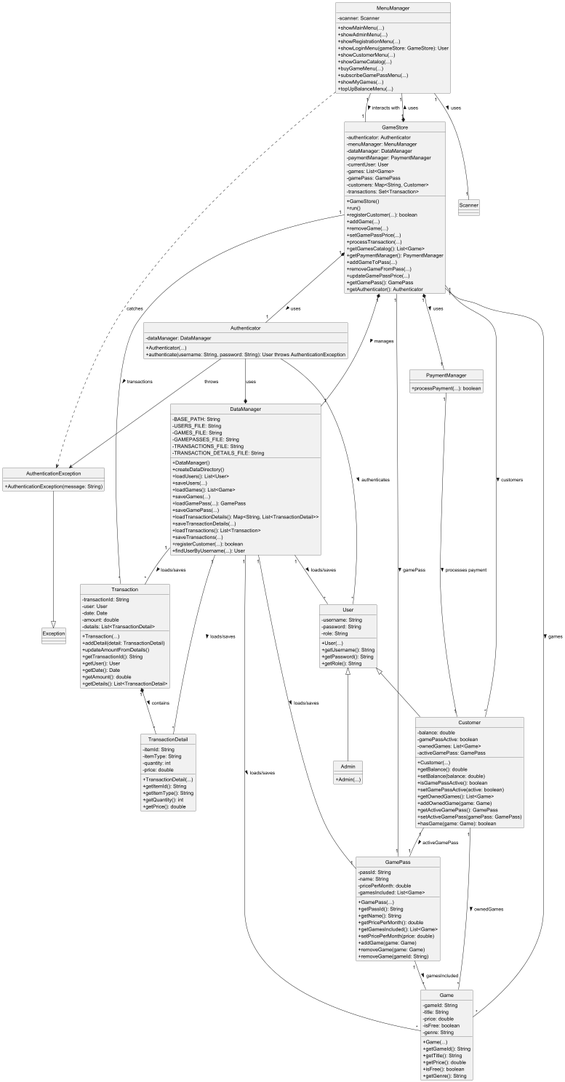
The PlantUML diagram assets/ClassDiagram.png in Sancaaa/GameStore, before a commit.
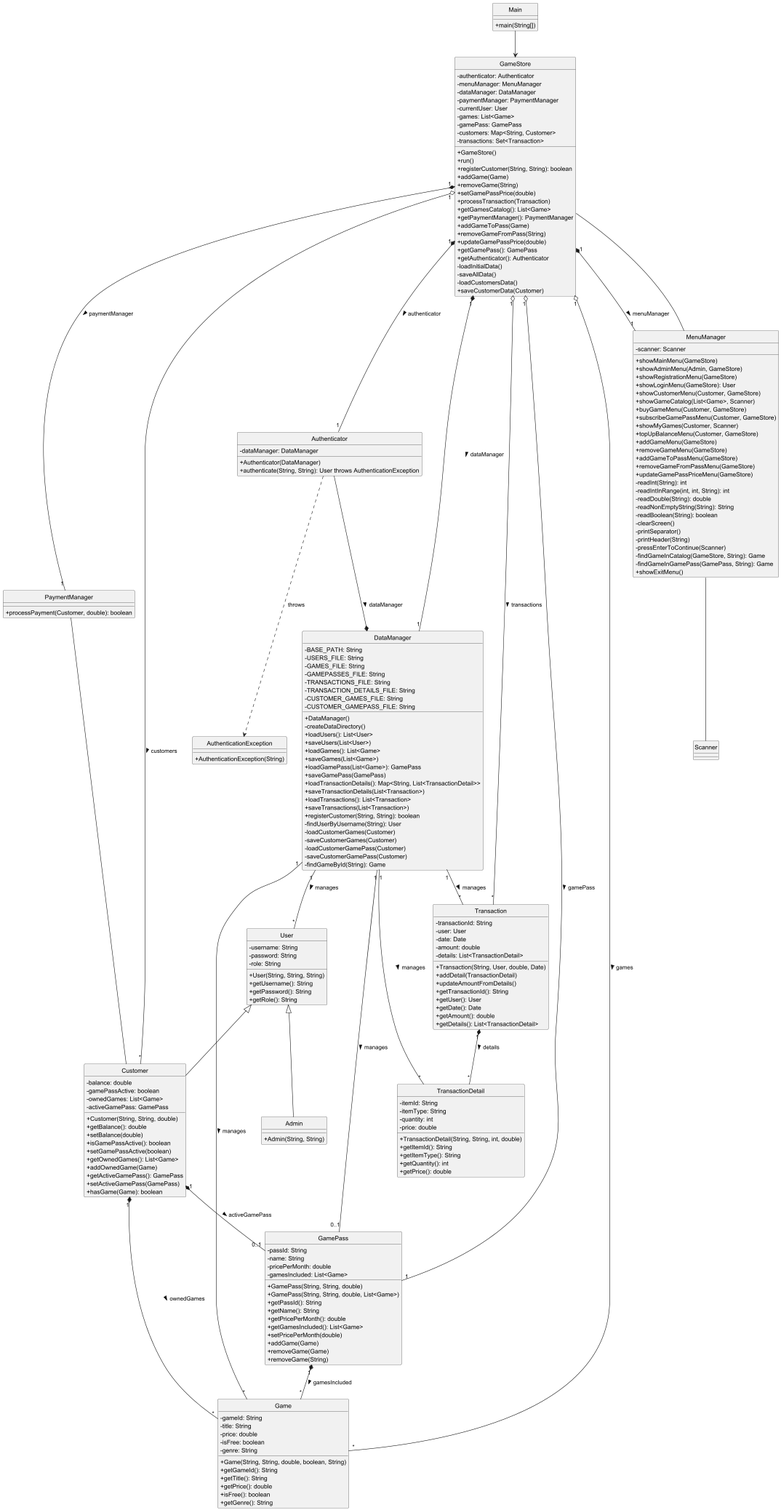
Later version of the same file.

Diff of the diagram source:
```diff
@@ -2,7 +2,6 @@
 
 skinparam classAttributeIconSize 0
 hide circle
-
 
 
 class Game {
@@ -11,7 +10,7 @@
     - price: double
     - isFree: boolean
     - genre: String
-    + Game(...)
+    + Game(String, String, double, boolean, String)
     + getGameId(): String
     + getTitle(): String
     + getPrice(): double
@@ -23,7 +22,7 @@
     - username: String
     - password: String
     - role: String
-    + User(...)
+    + User(String, String, String)
     + getUsername(): String
     + getPassword(): String
     + getRole(): String
@@ -34,20 +33,20 @@
     - gamePassActive: boolean
     - ownedGames: List<Game>
     - activeGamePass: GamePass
-    + Customer(...)
+    + Customer(String, String, double)
     + getBalance(): double
-    + setBalance(balance: double)
+    + setBalance(double)
     + isGamePassActive(): boolean
-    + setGamePassActive(active: boolean)
+    + setGamePassActive(boolean)
     + getOwnedGames(): List<Game>
-    + addOwnedGame(game: Game)
+    + addOwnedGame(Game)
     + getActiveGamePass(): GamePass
-    + setActiveGamePass(gamePass: GamePass)
-    + hasGame(game: Game): boolean
+    + setActiveGamePass(GamePass)
+    + hasGame(Game): boolean
 }
 
 class Admin {
-    + Admin(...)
+    + Admin(String, String)
 }
 
 class GamePass {
@@ -55,15 +54,16 @@
     - name: String
     - pricePerMonth: double
     - gamesIncluded: List<Game>
-    + GamePass(...)
+    + GamePass(String, String, double)
+    + GamePass(String, String, double, List<Game>)
     + getPassId(): String
     + getName(): String
     + getPricePerMonth(): double
     + getGamesIncluded(): List<Game>
-    + setPricePerMonth(price: double)
-    + addGame(game: Game)
-    + removeGame(game: Game)
-    + removeGame(gameId: String)
+    + setPricePerMonth(double)
+    + addGame(Game)
+    + removeGame(Game)
+    + removeGame(String)
 }
 
 class Transaction {
@@ -72,8 +72,8 @@
     - date: Date
     - amount: double
     - details: List<TransactionDetail>
-    + Transaction(...)
-    + addDetail(detail: TransactionDetail)
+    + Transaction(String, User, double, Date)
+    + addDetail(TransactionDetail)
     + updateAmountFromDetails()
     + getTransactionId(): String
     + getUser(): User
@@ -87,7 +87,7 @@
     - itemType: String
     - quantity: int
     - price: double
-    + TransactionDetail(...)
+    + TransactionDetail(String, String, int, double)
     + getItemId(): String
     + getItemType(): String
     + getQuantity(): int
@@ -96,26 +96,43 @@
 
 class Authenticator {
     - dataManager: DataManager
-    + Authenticator(...)
-    + authenticate(username: String, password: String): User throws AuthenticationException
+    + Authenticator(DataManager)
+    + authenticate(String, String): User throws AuthenticationException
 }
 
 class AuthenticationException {
-    + AuthenticationException(message: String)
+    + AuthenticationException(String)
 }
 
 class MenuManager {
     - scanner: Scanner
-    + showMainMenu(...)
-    + showAdminMenu(...)
-    + showRegistrationMenu(...)
-    + showLoginMenu(gameStore: GameStore): User
-    + showCustomerMenu(...)
-    + showGameCatalog(...)
-    + buyGameMenu(...)
-    + subscribeGamePassMenu(...)
-    + showMyGames(...)
-    + topUpBalanceMenu(...)
+    + showMainMenu(GameStore)
+    + showAdminMenu(Admin, GameStore)
+    + showRegistrationMenu(GameStore)
+    + showLoginMenu(GameStore): User
+    + showCustomerMenu(Customer, GameStore)
+    + showGameCatalog(List<Game>, Scanner)
+    + buyGameMenu(Customer, GameStore)
+    + subscribeGamePassMenu(Customer, GameStore)
+    + showMyGames(Customer, Scanner)
+    + topUpBalanceMenu(Customer, GameStore)
+    + addGameMenu(GameStore)
+    + removeGameMenu(GameStore)
+    + addGameToPassMenu(GameStore)
+    + removeGameFromPassMenu(GameStore)
+    + updateGamePassPriceMenu(GameStore)
+    - readInt(String): int
+    - readIntInRange(int, int, String): int
+    - readDouble(String): double
+    - readNonEmptyString(String): String
+    - readBoolean(String): boolean
+    - clearScreen()
+    - printSeparator()
+    - printHeader(String)
+    - pressEnterToContinue(Scanner)
+    - findGameInCatalog(GameStore, String): Game
+    - findGameInGamePass(GamePass, String): Game
+    + showExitMenu()
 }
 
 class DataManager {
@@ -125,20 +142,27 @@
     - GAMEPASSES_FILE: String
     - TRANSACTIONS_FILE: String
     - TRANSACTION_DETAILS_FILE: String
+    - CUSTOMER_GAMES_FILE: String
+    - CUSTOMER_GAMEPASS_FILE: String
     + DataManager()
-    + createDataDirectory()
+    - createDataDirectory()
     + loadUsers(): List<User>
-    + saveUsers(...)
+    + saveUsers(List<User>)
     + loadGames(): List<Game>
-    + saveGames(...)
-    + loadGamePass(...): GamePass
-    + saveGamePass(...)
+    + saveGames(List<Game>)
+    + loadGamePass(List<Game>): GamePass
+    + saveGamePass(GamePass)
     + loadTransactionDetails(): Map<String, List<TransactionDetail>>
-    + saveTransactionDetails(...)
+    + saveTransactionDetails(List<Transaction>)
     + loadTransactions(): List<Transaction>
-    + saveTransactions(...)
-    + registerCustomer(...): boolean
-    + findUserByUsername(...): User
+    + saveTransactions(List<Transaction>)
+    + registerCustomer(String, String): boolean
+    - findUserByUsername(String): User
+    - loadCustomerGames(Customer)
+    - saveCustomerGames(Customer)
+    - loadCustomerGamePass(Customer)
+    - saveCustomerGamePass(Customer)
+    - findGameById(String): Game
 }
 
 class GameStore {
@@ -153,60 +177,66 @@
     - transactions: Set<Transaction>
     + GameStore()
     + run()
-    + registerCustomer(...): boolean
-    + addGame(...)
-    + removeGame(...)
-    + setGamePassPrice(...)
-    + processTransaction(...)
+    + registerCustomer(String, String): boolean
+    + addGame(Game)
+    + removeGame(String)
+    + setGamePassPrice(double)
+    + processTransaction(Transaction)
     + getGamesCatalog(): List<Game>
     + getPaymentManager(): PaymentManager
-    + addGameToPass(...)
-    + removeGameFromPass(...)
-    + updateGamePassPrice(...)
+    + addGameToPass(Game)
+    + removeGameFromPass(String)
+    + updateGamePassPrice(double)
     + getGamePass(): GamePass
     + getAuthenticator(): Authenticator
+    - loadInitialData()
+    - saveAllData()
+    - loadCustomersData()
+    + saveCustomerData(Customer)
 }
 
 class PaymentManager {
-    + processPayment(...): boolean
+    + processPayment(Customer, double): boolean
+}
+
+class Main {
+    + main(String[])
 }
 
 
 User <|-- Customer
 User <|-- Admin
 
-Transaction "1" *-- "*" TransactionDetail : contains >
+Transaction "1" *-- "*" TransactionDetail : details >
 
-GameStore "1" *-- "1" DataManager : manages >
-GameStore "1" *-- "1" MenuManager : uses >
-GameStore "1" *-- "1" Authenticator : uses >
-GameStore "1" *-- "1" PaymentManager : uses >
-GameStore "1" -- "*" Game : games >
-GameStore "1" -- "1" GamePass : gamePass >
-GameStore "1" -- "*" Customer : customers >
-GameStore "1" -- "*" Transaction : transactions >
+GameStore "1" *-- "1" DataManager : dataManager >
+GameStore "1" *-- "1" MenuManager : menuManager >
+GameStore "1" *-- "1" Authenticator : authenticator >
+GameStore "1" *-- "1" PaymentManager : paymentManager >
+GameStore "1" o-- "*" Game : games >
+GameStore "1" o-- "1" GamePass : gamePass >
+GameStore "1" o-- "*" Customer : customers >
+GameStore "1" o-- "*" Transaction : transactions >
 
-Customer "1" -- "*" Game : ownedGames >
-Customer "1" -- "1" GamePass : activeGamePass >
+Customer "1" *-- "*" Game : ownedGames >
+Customer "1" *-- "0..1" GamePass : activeGamePass >
 
-GamePass "1" -- "*" Game : gamesIncluded >
+GamePass "1" *-- "*" Game : gamesIncluded >
 
-DataManager "1" -- "*" User : loads/saves >
-DataManager "1" -- "*" Game : loads/saves >
-DataManager "1" -- "1" GamePass : loads/saves >
-DataManager "1" -- "*" Transaction : loads/saves >
-DataManager "1" -- "*" TransactionDetail : loads/saves >
+DataManager "1" -- "*" User : manages >
+DataManager "1" -- "*" Game : manages >
+DataManager "1" -- "0..1" GamePass : manages >
+DataManager "1" -- "*" Transaction : manages >
+DataManager "1" -- "*" TransactionDetail : manages >
 
-MenuManager "1" -- "1" GameStore : interacts with >
-MenuManager "1" -- "1" Scanner : uses >
-MenuManager ..> AuthenticationException : catches
+Authenticator --* DataManager : dataManager >
+Authenticator ..> AuthenticationException : throws
 
-Authenticator --* DataManager : uses
-Authenticator --> AuthenticationException : throws
-Authenticator -- "*" User : authenticates >
+MenuManager -- GameStore
+MenuManager -- Scanner
 
-PaymentManager "1" -- "1" Customer : processes payment >
+PaymentManager -- Customer
 
-AuthenticationException --|> Exception
+Main --> GameStore
 
 @enduml
```
